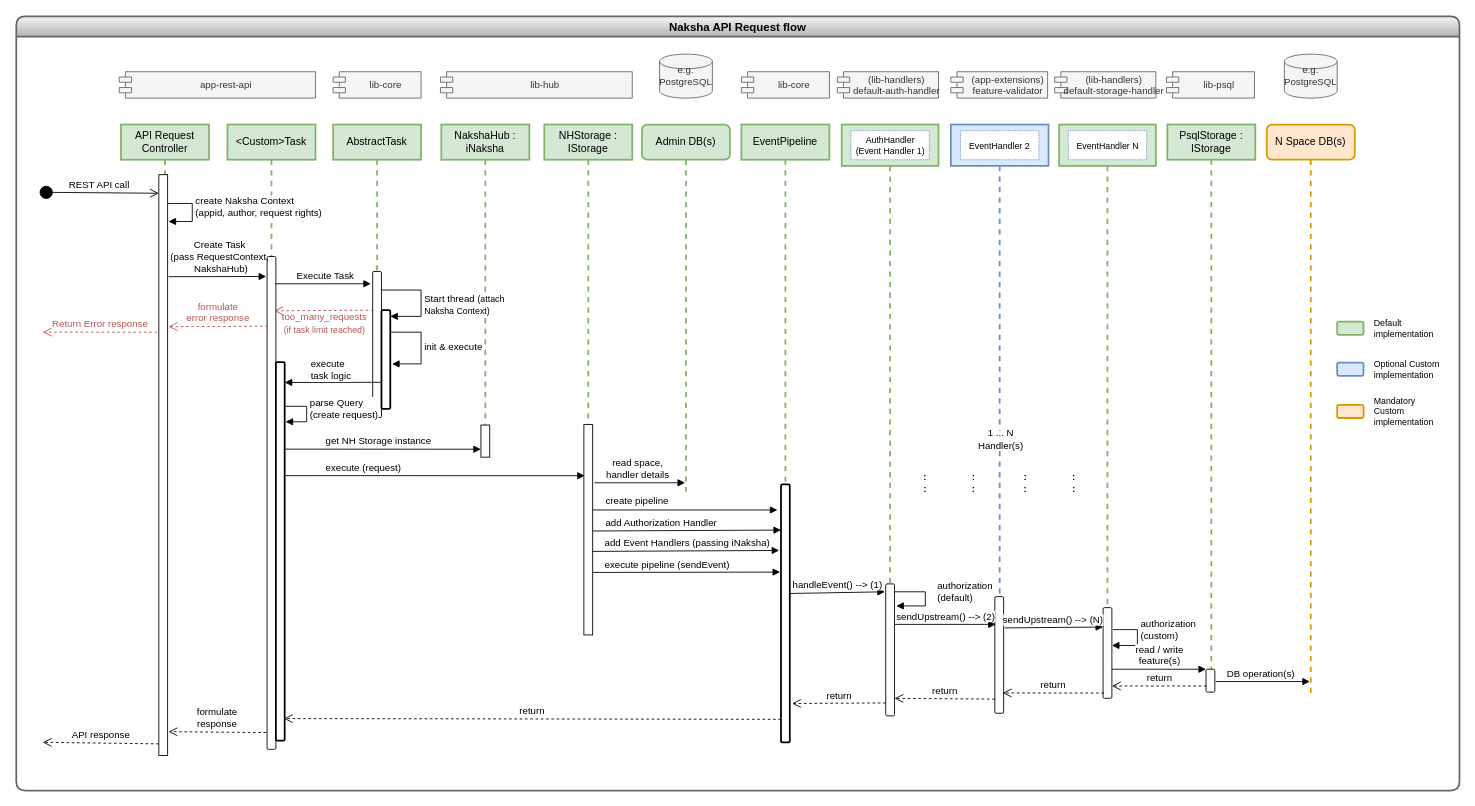
The draw.io diagram docs/diagrams/api_request_flow.drawio in heremaps/xyz-hub, before the edit. Source tidied: cells renumbered, new cells numbered last; positions are measured from the earlier drawing's top-left corner, leaving out a move shared by most shapes. Both pictures are drawn from the tidied source at 88%, with x=0, y=0 at pixel (16, 16).
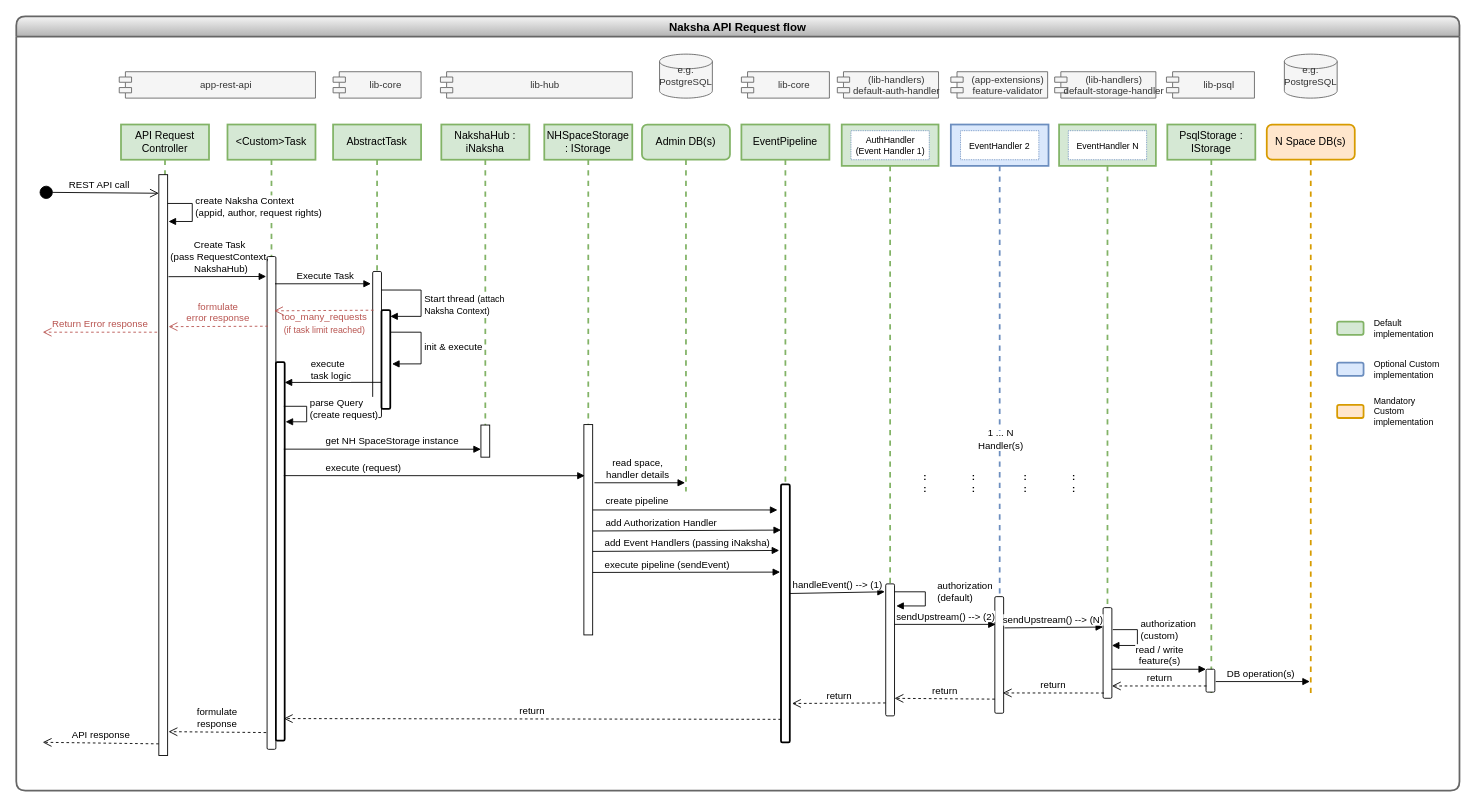
After the change.

The change refers to these unchanged cells:
```xml
<mxCell id="4" style="html=1;points=[];perimeter=orthogonalPerimeter;" parent="3" vertex="1">
  <mxGeometry x="45" y="341.5" width="10" height="36.5" as="geometry" />
</mxCell>
<mxCell id="6" value="Naksha API Request flow" style="swimlane;rounded=1;shadow=0;sketch=0;fontSize=13;strokeWidth=2;fillColor=#f5f5f5;gradientColor=#b3b3b3;strokeColor=#666666;" parent="1" vertex="1">
  <mxGeometry width="1640" height="880" as="geometry" />
</mxCell>
<mxCell id="57" style="html=1;points=[];perimeter=orthogonalPerimeter;rounded=1;shadow=0;sketch=0;fontSize=11;strokeColor=#000000;strokeWidth=2;" parent="55" vertex="1">
  <mxGeometry x="55" y="270" width="10" height="430" as="geometry" />
</mxCell>
```

What changed in the source:
```diff
@@
-    <mxCell id="76" value="NHStorage : IStorage" style="shape=umlLifeline;perimeter=lifelinePerimeter;whiteSpace=wrap;html=1;fillColor=#d5e8d4;strokeColor=#82b366;strokeWidth=2;" parent="6" vertex="1">
+    <mxCell id="76" value="NHSpaceStorage : IStorage" style="shape=umlLifeline;perimeter=lifelinePerimeter;whiteSpace=wrap;html=1;fillColor=#d5e8d4;strokeColor=#82b366;strokeWidth=2;" parent="6" vertex="1">
       <mxGeometry x="600" y="123" width="100" height="580" as="geometry" />
     </mxCell>
@@
-    <mxCell id="82" value="get NH Storage instance" style="html=1;verticalAlign=bottom;endArrow=block;rounded=0;fontSize=11;exitX=0.9;exitY=0.23;exitDx=0;exitDy=0;exitPerimeter=0;entryX=0;entryY=0.753;entryDx=0;entryDy=0;entryPerimeter=0;align=left;" parent="1" edge="1" source="57" target="4">
+    <mxCell id="82" value="get NH SpaceStorage instance" style="html=1;verticalAlign=bottom;endArrow=block;rounded=0;fontSize=11;exitX=0.9;exitY=0.23;exitDx=0;exitDy=0;exitPerimeter=0;entryX=0;entryY=0.753;entryDx=0;entryDy=0;entryPerimeter=0;align=left;" parent="1" edge="1" source="57" target="4">
       <mxGeometry x="-0.59" relative="1" as="geometry" />
     </mxCell>
```
